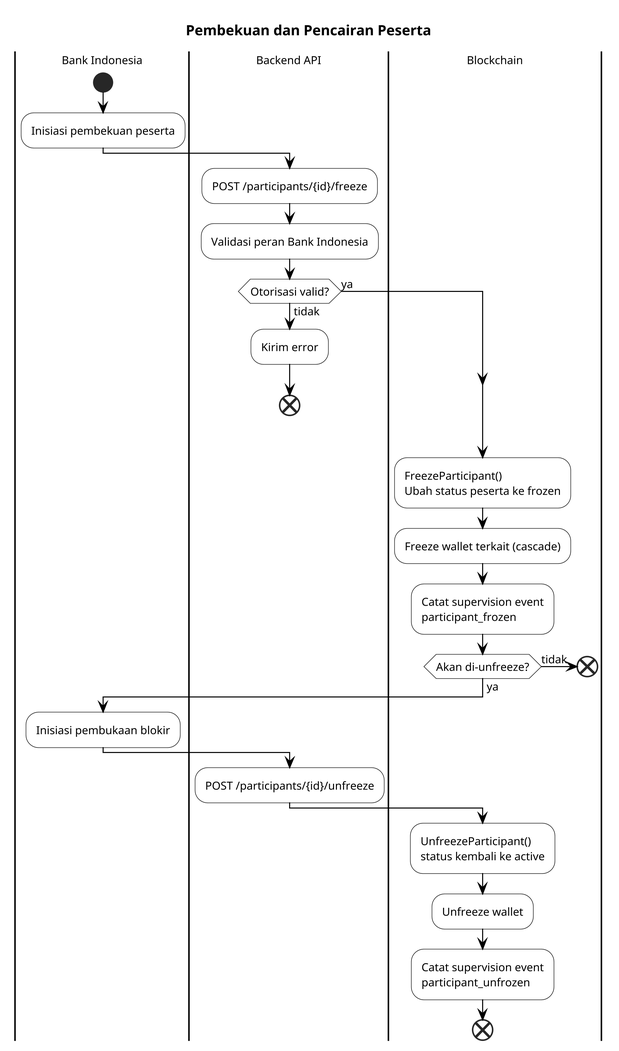
Earlier version of the PlantUML export thesis/contents/figures/activity/AD08-Pembekuan-Peserta.png (mfachrizalg/bi-coin).
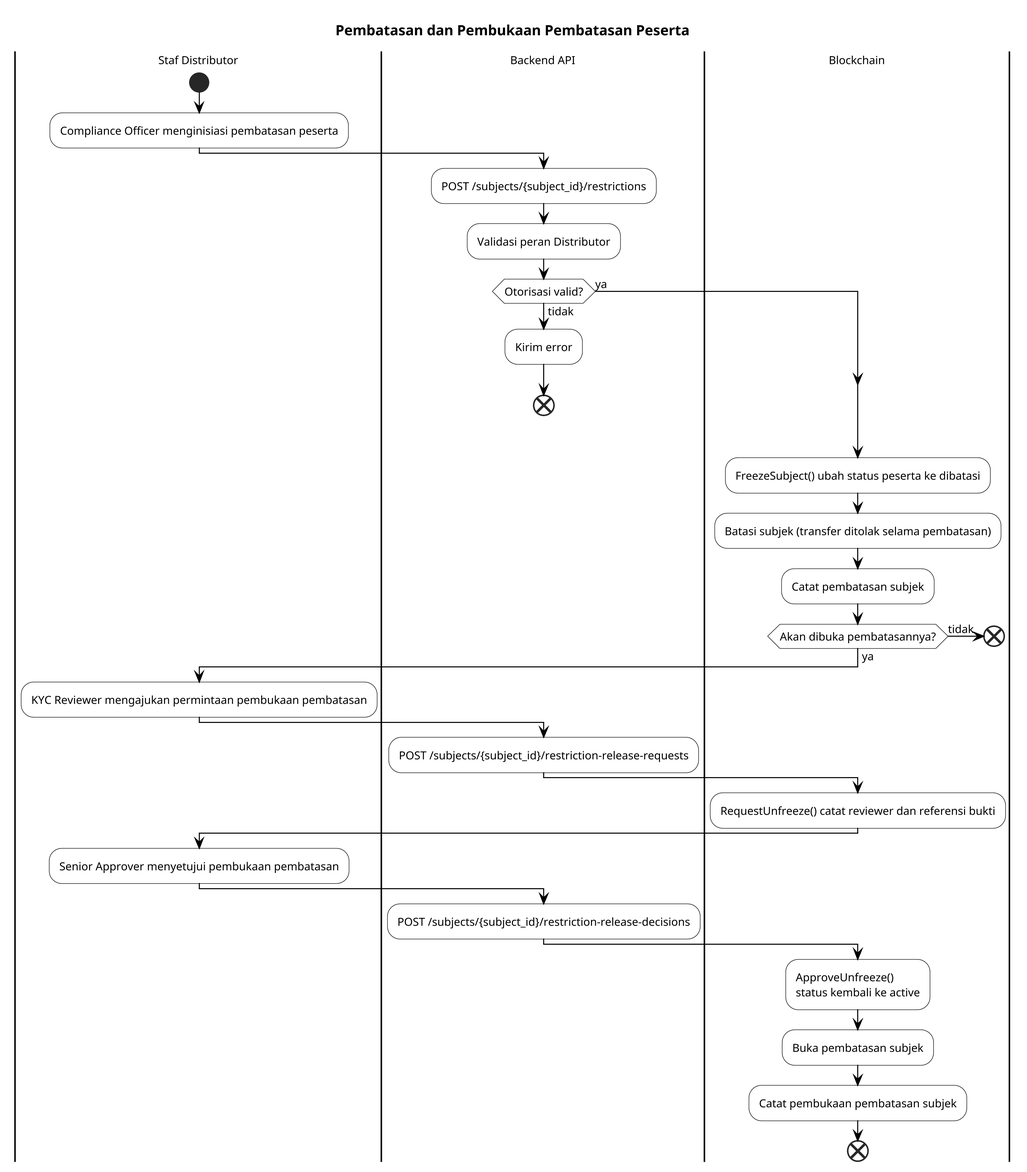
The same file after the commit.

Diff of the diagram source:
```diff
@@ -13,15 +13,15 @@
 skinparam swimlaneBorderColor black
 skinparam partitionBorderColor black
 
-title Pembekuan dan Pencairan Peserta
+title Pembatasan dan Pembukaan Pembatasan Peserta
 
-|Bank Indonesia|
+|Staf Distributor|
 start
-:Inisiasi pembekuan peserta;
+:Compliance Officer menginisiasi pembatasan peserta;
 
 |Backend API|
-:POST /participants/{id}/freeze;
-:Validasi peran Bank Indonesia;
+:POST /subjects/{subject_id}/restrictions;
+:Validasi peran Distributor;
 
 if (Otorisasi valid?) then (tidak)
   :Kirim error;
@@ -30,29 +30,35 @@
 endif
 
 |Blockchain|
-:FreezeParticipant()
-Ubah status peserta ke frozen;
-:Freeze wallet terkait (cascade);
-:Catat supervision event
-participant_frozen;
+:FreezeSubject() ubah status peserta ke dibatasi;
+:Batasi subjek (transfer ditolak selama pembatasan);
+:Catat pembatasan subjek;
 
-if (Akan di-unfreeze?) then (tidak)
+if (Akan dibuka pembatasannya?) then (tidak)
   end
 else (ya)
 endif
 
-|Bank Indonesia|
-:Inisiasi pembukaan blokir;
+|Staf Distributor|
+:KYC Reviewer mengajukan permintaan pembukaan pembatasan;
 
 |Backend API|
-:POST /participants/{id}/unfreeze;
+:POST /subjects/{subject_id}/restriction-release-requests;
 
 |Blockchain|
-:UnfreezeParticipant()
+:RequestUnfreeze() catat reviewer dan referensi bukti;
+
+|Staf Distributor|
+:Senior Approver menyetujui pembukaan pembatasan;
+
+|Backend API|
+:POST /subjects/{subject_id}/restriction-release-decisions;
+
+|Blockchain|
+:ApproveUnfreeze()
 status kembali ke active;
-:Unfreeze wallet;
-:Catat supervision event
-participant_unfrozen;
+:Buka pembatasan subjek;
+:Catat pembukaan pembatasan subjek;
 end
 
 @enduml
```
